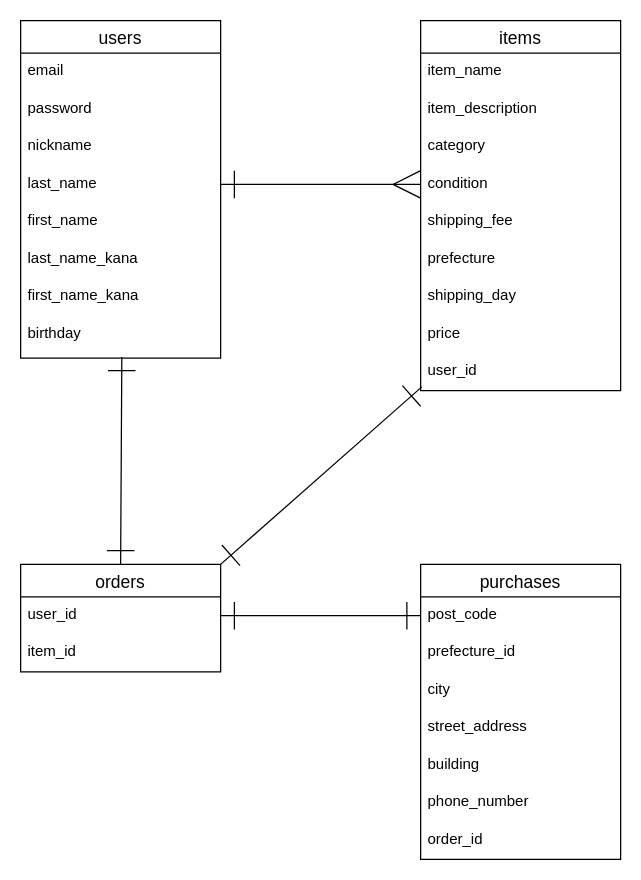
Above: furima-41554.dio in youri0416/furima-41554 (draw.io), before the change. Source tidied: cells renumbered, new cells numbered last; positions are measured from the earlier drawing's top-left corner, leaving out a move shared by most shapes. Both pictures are drawn from the tidied source at 125%, with x=0, y=0 at pixel (20, 20).
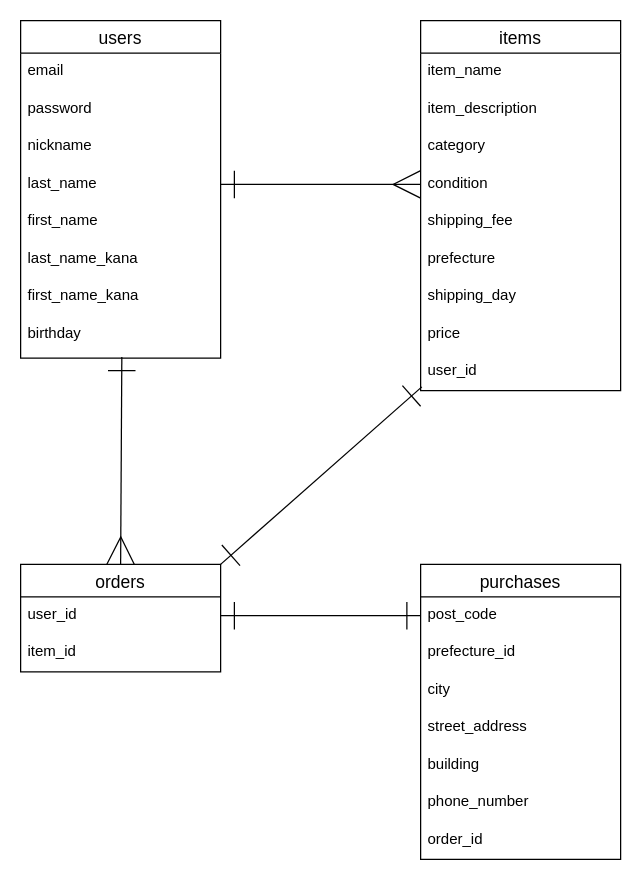
Above is the later version.

Commit message (it also covers changes not shown here):
README、ER図のアクティブハッシュ、アソシエーション修正

Unchanged cells that the change refers to:
```xml
<mxCell id="10" value="birthday" style="text;strokeColor=none;fillColor=none;spacingLeft=4;spacingRight=4;overflow=hidden;points=[[0,0.5],[1,0.5]];portConstraint=eastwest;fontSize=12;" parent="2" vertex="1">
  <mxGeometry y="236" width="160" height="34" as="geometry" />
</mxCell>
<mxCell id="21" value="orders" style="swimlane;fontStyle=0;horizontal=1;startSize=26;align=center;fontSize=14;" parent="1" vertex="1">
  <mxGeometry y="435" width="160" height="86" as="geometry" />
</mxCell>
```

The edit, as a diff of the source:
```diff
@@
-    <mxCell id="35" style="edgeStyle=none;html=1;exitX=0.506;exitY=0.971;exitDx=0;exitDy=0;entryX=0.5;entryY=0;entryDx=0;entryDy=0;startArrow=ERone;startFill=0;endArrow=ERone;endFill=0;startSize=20;endSize=20;exitPerimeter=0;" parent="1" edge="1" source="10" target="21">
+    <mxCell id="35" style="edgeStyle=none;html=1;exitX=0.506;exitY=0.971;exitDx=0;exitDy=0;entryX=0.5;entryY=0;entryDx=0;entryDy=0;startArrow=ERone;startFill=0;endArrow=ERmany;endFill=0;startSize=20;endSize=20;exitPerimeter=0;" parent="1" edge="1" source="10" target="21">
       <mxGeometry relative="1" as="geometry" />
     </mxCell>
```
